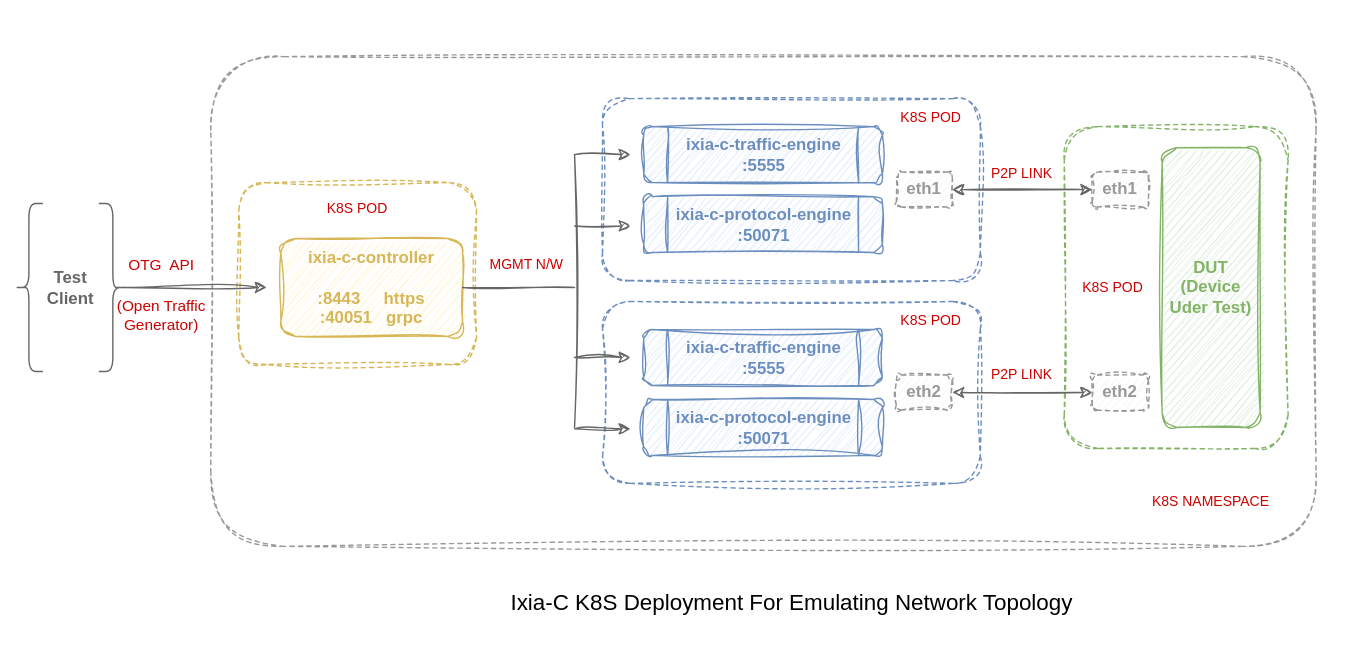
This is deployments/k8s/network-emulation/ixia-c-k8s.drawio.svg from open-traffic-generator/ixia-c, a draw.io export, as it was before one commit. Source tidied: cells renumbered, new cells last; positions are measured from the earlier drawing's top-left corner, leaving out a move shared by most shapes.
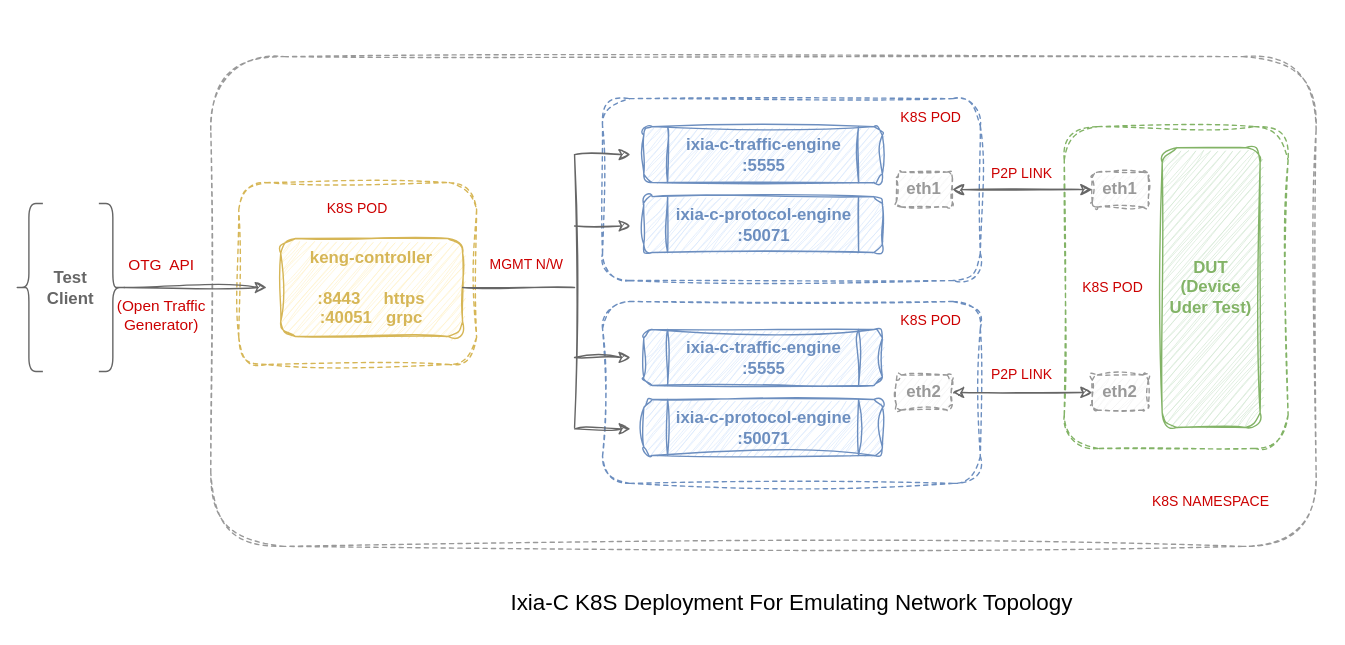
Above is the later version.

What changed in the source:
```diff
@@ -28,7 +28,7 @@
     <mxCell id="9" value="&lt;b style=&quot;&quot;&gt;&lt;font color=&quot;#82b366&quot;&gt;DUT&lt;br&gt;(Device Uder Test)&lt;br&gt;&lt;/font&gt;&lt;/b&gt;" style="rounded=1;whiteSpace=wrap;html=1;fillColor=#d5e8d4;strokeColor=#82b366;sketch=1;curveFitting=1;jiggle=2;" parent="1" vertex="1">
       <mxGeometry x="830" y="105" width="70" height="200" as="geometry" />
     </mxCell>
-    <mxCell id="10" value="&lt;b&gt;&lt;font color=&quot;#d6b656&quot;&gt;ixia-c-controller&lt;br&gt;&lt;br&gt;:8443&amp;nbsp; &amp;nbsp; &amp;nbsp;https&lt;br&gt;:40051&amp;nbsp; &amp;nbsp;grpc&amp;nbsp;&lt;/font&gt;&lt;br&gt;&lt;/b&gt;" style="rounded=1;whiteSpace=wrap;html=1;fillColor=#fff2cc;strokeColor=#d6b656;sketch=1;curveFitting=1;jiggle=2;" parent="1" vertex="1">
+    <mxCell id="10" value="&lt;font color=&quot;#d6b656&quot; style=&quot;font-size: 12px;&quot;&gt;&lt;b style=&quot;&quot;&gt;keng-controller&lt;/b&gt;&lt;/font&gt;&lt;b&gt;&lt;font color=&quot;#d6b656&quot;&gt;&lt;br&gt;&lt;br&gt;:8443&amp;nbsp; &amp;nbsp; &amp;nbsp;https&lt;br&gt;:40051&amp;nbsp; &amp;nbsp;grpc&amp;nbsp;&lt;/font&gt;&lt;br&gt;&lt;/b&gt;" style="rounded=1;whiteSpace=wrap;html=1;fillColor=#fff2cc;strokeColor=#d6b656;sketch=1;curveFitting=1;jiggle=2;" parent="1" vertex="1">
       <mxGeometry x="200" y="170" width="130" height="70" as="geometry" />
     </mxCell>
     <mxCell id="11" style="shape=curlyBracket;whiteSpace=wrap;html=1;rounded=1;strokeColor=#666666;fillColor=#bac8d3;" parent="1" vertex="1">
```
